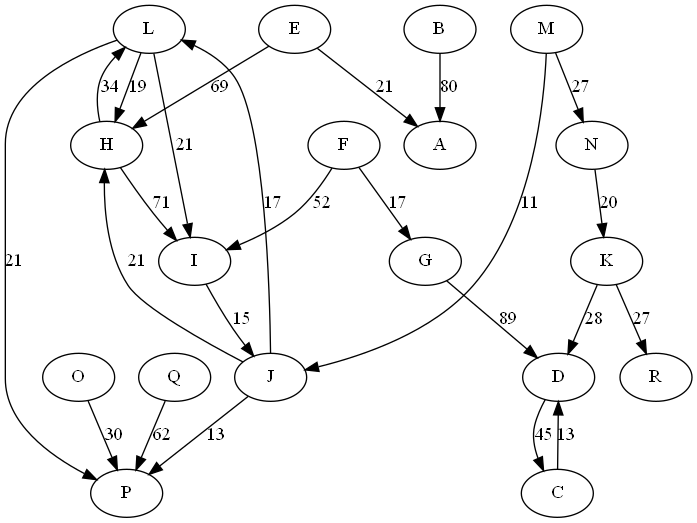
Earlier version of the Graphviz export Graph/cmake-build-debug/graph1.png (utec-cs-aed-2021-1/proyecto-de-curso-team-duros-de-jalar). Its source is kept beside it as Graph/cmake-build-debug/graph1.dot.
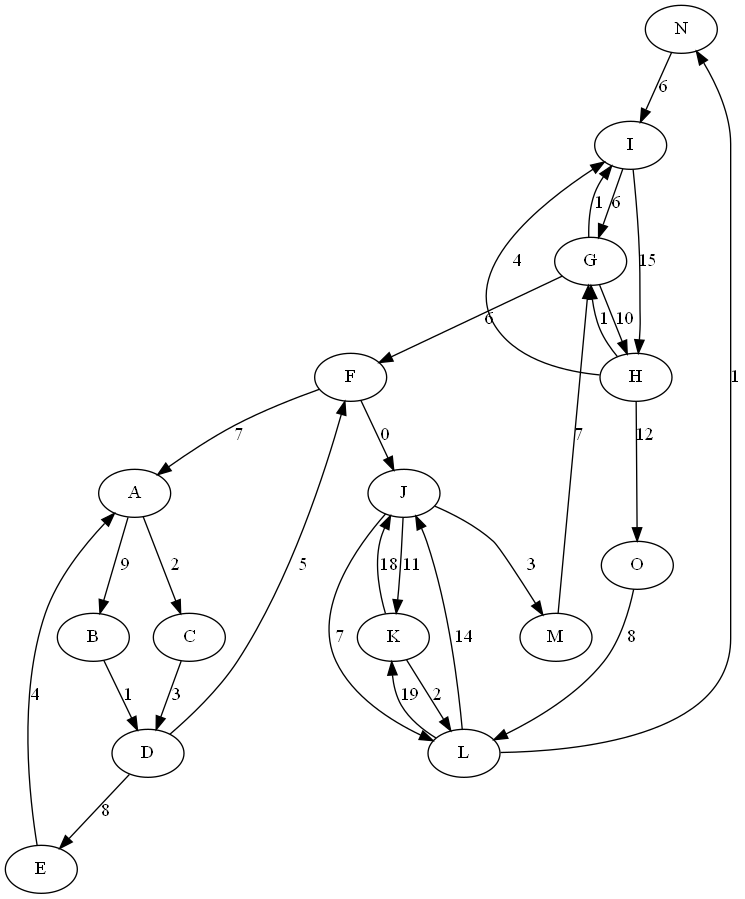
Above is the later version.

Diff of the diagram source:
```diff
@@ -1,26 +1,30 @@
 digraph graph1{
-Q -> P [label = "62"];
-E -> A [label = "21"];
-E -> H [label = "69"];
-F -> G [label = "17"];
-F -> I [label = "52"];
-L -> H [label = "19"];
-L -> I [label = "21"];
-L -> P [label = "21"];
-G -> D [label = "89"];
-J -> H [label = "21"];
-J -> L [label = "17"];
-J -> P [label = "13"];
-H -> I [label = "71"];
-H -> L [label = "34"];
-B -> A [label = "80"];
-I -> J [label = "15"];
-O -> P [label = "30"];
-D -> C [label = "45"];
-C -> D [label = "13"];
-K -> D [label = "28"];
-K -> R [label = "27"];
-M -> J [label = "11"];
-M -> N [label = "27"];
-N -> K [label = "20"];
+N -> I [label = "6"];
+M -> G [label = "7"];
+K -> J [label = "18"];
+K -> L [label = "2"];
+O -> L [label = "8"];
+I -> H [label = "15"];
+I -> G [label = "6"];
+B -> D [label = "1"];
+A -> B [label = "9"];
+A -> C [label = "2"];
+J -> K [label = "11"];
+J -> L [label = "7"];
+J -> M [label = "3"];
+G -> F [label = "6"];
+G -> H [label = "10"];
+G -> I [label = "1"];
+C -> D [label = "3"];
+H -> G [label = "1"];
+H -> I [label = "4"];
+H -> O [label = "12"];
+D -> E [label = "8"];
+D -> F [label = "5"];
+L -> J [label = "14"];
+L -> K [label = "19"];
+L -> N [label = "1"];
+F -> A [label = "7"];
+F -> J [label = "0"];
+E -> A [label = "4"];
  }
```
